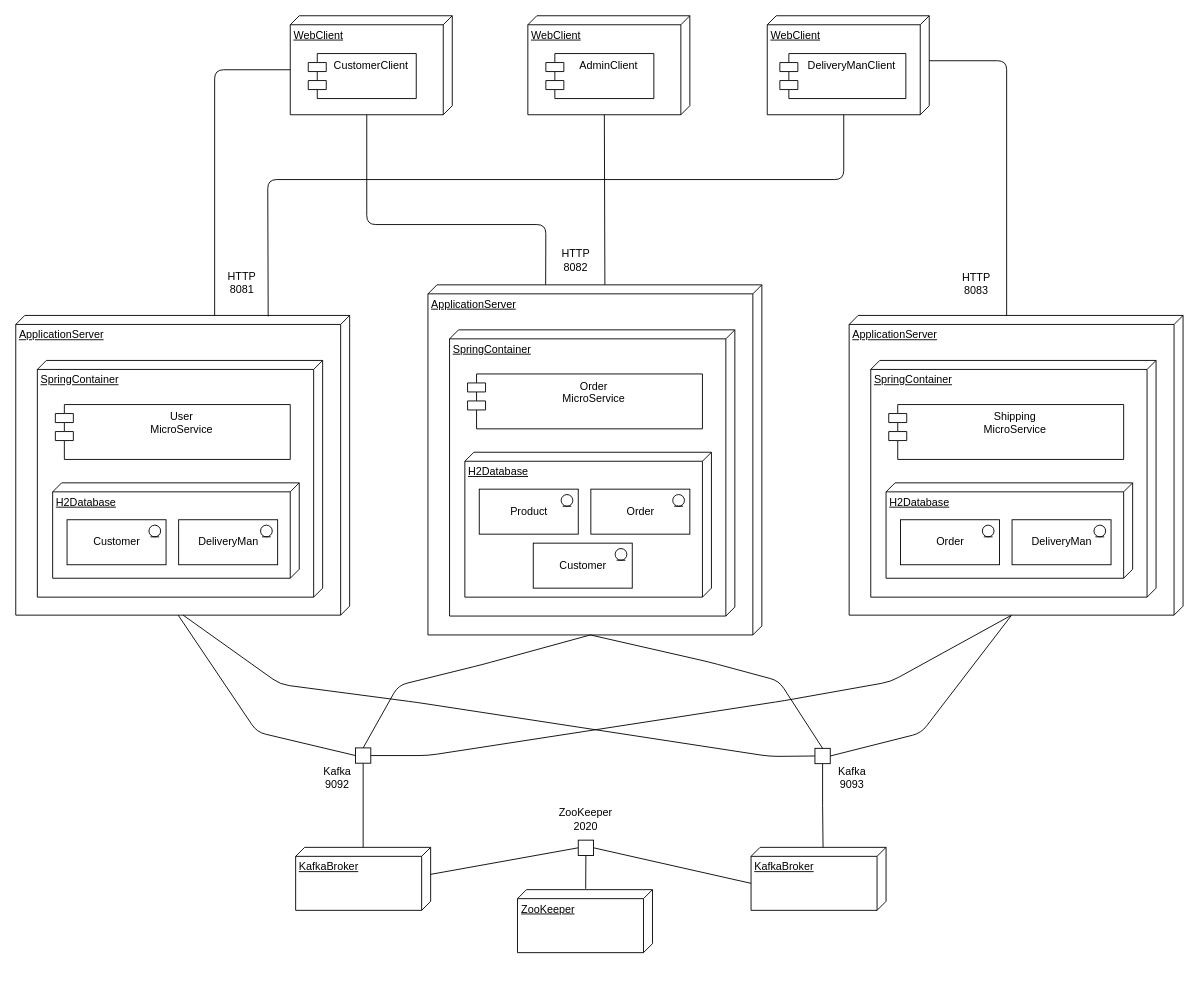
Earlier version of the draw.io diagram docs/Deployment.drawio (MassimilianoRoccamena/MTDS-Project). Source tidied: cells renumbered, new cells numbered last; positions are measured from the earlier drawing's top-left corner, leaving out a move shared by most shapes. Both pictures are drawn from the tidied source at 90%, with x=0, y=0 at pixel (15, 15).
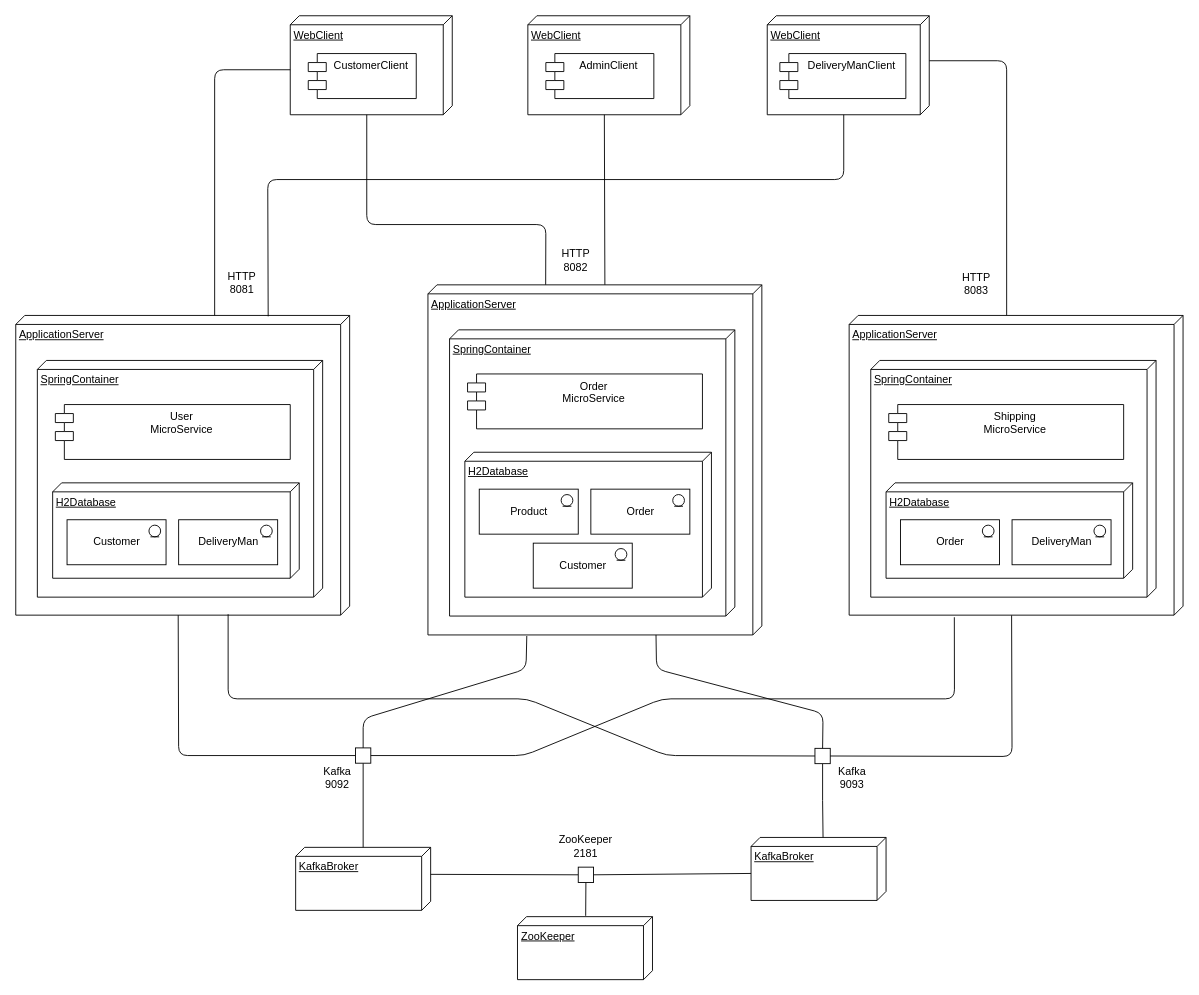
Above is the later version.

Unchanged cells that the change refers to:
```xml
<mxCell id="4" value="ApplicationServer" style="verticalAlign=top;align=left;spacingTop=8;spacingLeft=2;spacingRight=12;shape=cube;size=10;direction=south;fontStyle=4;html=1;" parent="1" vertex="1">
  <mxGeometry y="333" width="371" height="333" as="geometry" />
</mxCell>
<mxCell id="28" value="ApplicationServer" style="verticalAlign=top;align=left;spacingTop=8;spacingLeft=2;spacingRight=12;shape=cube;size=10;direction=south;fontStyle=4;html=1;" parent="1" vertex="1">
  <mxGeometry x="458" y="299" width="371" height="389" as="geometry" />
</mxCell>
<mxCell id="41" style="whiteSpace=wrap;html=1;" parent="1" vertex="1">
  <mxGeometry x="377.5" y="813.5" width="17" height="17" as="geometry" />
</mxCell>
<mxCell id="43" style="whiteSpace=wrap;html=1;" parent="1" vertex="1">
  <mxGeometry x="888" y="814" width="17" height="17" as="geometry" />
</mxCell>
<mxCell id="49" value="ApplicationServer" style="verticalAlign=top;align=left;spacingTop=8;spacingLeft=2;spacingRight=12;shape=cube;size=10;direction=south;fontStyle=4;html=1;" parent="1" vertex="1">
  <mxGeometry x="926" y="333" width="371" height="333" as="geometry" />
</mxCell>
```

What changed in the source:
```diff
@@
     <mxCell id="12" value="KafkaBroker" style="verticalAlign=top;align=left;spacingTop=8;spacingLeft=2;spacingRight=12;shape=cube;size=10;direction=south;fontStyle=4;html=1;" parent="1" vertex="1">
-      <mxGeometry x="817" y="924" width="150" height="70" as="geometry" />
+      <mxGeometry x="817" y="913" width="150" height="70" as="geometry" />
     </mxCell>
     <mxCell id="13" value="ZooKeeper" style="verticalAlign=top;align=left;spacingTop=8;spacingLeft=2;spacingRight=12;shape=cube;size=10;direction=south;fontStyle=4;html=1;" parent="1" vertex="1">
-      <mxGeometry x="557.5" y="971" width="150" height="70" as="geometry" />
+      <mxGeometry x="557.5" y="1001" width="150" height="70" as="geometry" />
     </mxCell>
@@
     <mxCell id="39" style="endArrow=none;html=1;exitX=0;exitY=0.5;exitDx=0;exitDy=0;entryX=0;entryY=0;entryDx=333;entryDy=190.5;entryPerimeter=0;" parent="1" edge="1" source="41" target="4">
       <mxGeometry relative="1" as="geometry">
         <Array as="points">
-          <mxPoint x="268" y="796" />
+          <mxPoint x="181" y="822" />
         </Array>
       </mxGeometry>
     </mxCell>
@@
     <mxCell id="44" style="endArrow=none;html=1;exitX=1;exitY=0.5;exitDx=0;exitDy=0;entryX=0;entryY=0;entryDx=333;entryDy=190.5;entryPerimeter=0;" parent="1" edge="1" source="43" target="49">
       <mxGeometry relative="1" as="geometry">
         <Array as="points">
-          <mxPoint x="1006" y="797" />
+          <mxPoint x="1107" y="823" />
         </Array>
       </mxGeometry>
     </mxCell>
-    <mxCell id="45" style="endArrow=none;html=1;entryX=0;entryY=0.5;entryDx=0;entryDy=0;" parent="1" edge="1" target="43">
+    <mxCell id="45" style="endArrow=none;html=1;entryX=0;entryY=0.5;entryDx=0;entryDy=0;exitX=0.997;exitY=0.364;exitDx=0;exitDy=0;exitPerimeter=0;" parent="1" edge="1" source="4" target="43">
       <mxGeometry relative="1" as="geometry">
-        <mxPoint x="186" y="666" as="sourcePoint" />
         <Array as="points">
-          <mxPoint x="294" y="743" />
-          <mxPoint x="446" y="763" />
-          <mxPoint x="838" y="823" />
+          <mxPoint x="236" y="759" />
+          <mxPoint x="568" y="759" />
+          <mxPoint x="723" y="822" />
         </Array>
       </mxGeometry>
     </mxCell>
-    <mxCell id="46" style="endArrow=none;html=1;exitX=1;exitY=0.5;exitDx=0;exitDy=0;entryX=0;entryY=0;entryDx=333;entryDy=190.5;entryPerimeter=0;" parent="1" edge="1" source="41" target="49">
+    <mxCell id="46" style="endArrow=none;html=1;exitX=1;exitY=0.5;exitDx=0;exitDy=0;entryX=1.007;entryY=0.685;entryDx=0;entryDy=0;entryPerimeter=0;" parent="1" edge="1" source="41" target="49">
       <mxGeometry relative="1" as="geometry">
         <Array as="points">
-          <mxPoint x="458" y="822" />
-          <mxPoint x="854" y="761" />
-          <mxPoint x="972" y="740" />
+          <mxPoint x="565" y="822" />
+          <mxPoint x="718" y="759" />
+          <mxPoint x="1043" y="759" />
         </Array>
       </mxGeometry>
     </mxCell>
-    <mxCell id="47" style="endArrow=none;html=1;entryX=0.5;entryY=0;entryDx=0;entryDy=0;exitX=0;exitY=0;exitDx=389;exitDy=190.49999999999997;exitPerimeter=0;" parent="1" edge="1" source="28" target="41">
-      <mxGeometry relative="1" as="geometry">
-        <Array as="points">
-          <mxPoint x="518" y="721" />
-          <mxPoint x="425" y="744" />
-        </Array>
-      </mxGeometry>
-    </mxCell>
-    <mxCell id="48" style="endArrow=none;html=1;entryX=0;entryY=0;entryDx=389;entryDy=190.49999999999997;entryPerimeter=0;exitX=0.5;exitY=0;exitDx=0;exitDy=0;" parent="1" edge="1" source="43" target="28">
-      <mxGeometry relative="1" as="geometry">
-        <Array as="points">
-          <mxPoint x="848" y="739" />
-          <mxPoint x="770" y="718" />
-        </Array>
-      </mxGeometry>
-    </mxCell>
@@
     <mxCell id="60" style="whiteSpace=wrap;html=1;" parent="1" vertex="1">
-      <mxGeometry x="625" y="916" width="17" height="17" as="geometry" />
+      <mxGeometry x="625" y="946" width="17" height="17" as="geometry" />
     </mxCell>
-    <mxCell id="61" value="ZooKeeper&lt;br&gt;2020" style="text;html=1;align=center;verticalAlign=middle;" parent="1" vertex="1">
-      <mxGeometry x="598" y="877" width="69" height="32" as="geometry" />
+    <mxCell id="61" value="ZooKeeper&lt;br&gt;2181" style="text;html=1;align=center;verticalAlign=middle;" parent="1" vertex="1">
+      <mxGeometry x="598" y="907" width="69" height="32" as="geometry" />
     </mxCell>
+    <mxCell id="62" style="endArrow=none;html=1;entryX=1.003;entryY=0.704;entryDx=0;entryDy=0;entryPerimeter=0;exitX=0.5;exitY=0;exitDx=0;exitDy=0;" parent="1" edge="1" source="41" target="28">
+      <mxGeometry relative="1" as="geometry">
+        <Array as="points">
+          <mxPoint x="386" y="781" />
+          <mxPoint x="567" y="726" />
+        </Array>
+      </mxGeometry>
+    </mxCell>
+    <mxCell id="48" style="endArrow=none;html=1;exitX=0.5;exitY=0;exitDx=0;exitDy=0;entryX=1;entryY=0.317;entryDx=0;entryDy=0;entryPerimeter=0;" parent="1" edge="1" source="43" target="28">
+      <mxGeometry relative="1" as="geometry">
+        <Array as="points">
+          <mxPoint x="897" y="775" />
+          <mxPoint x="712" y="726" />
+        </Array>
+      </mxGeometry>
+    </mxCell>
```
